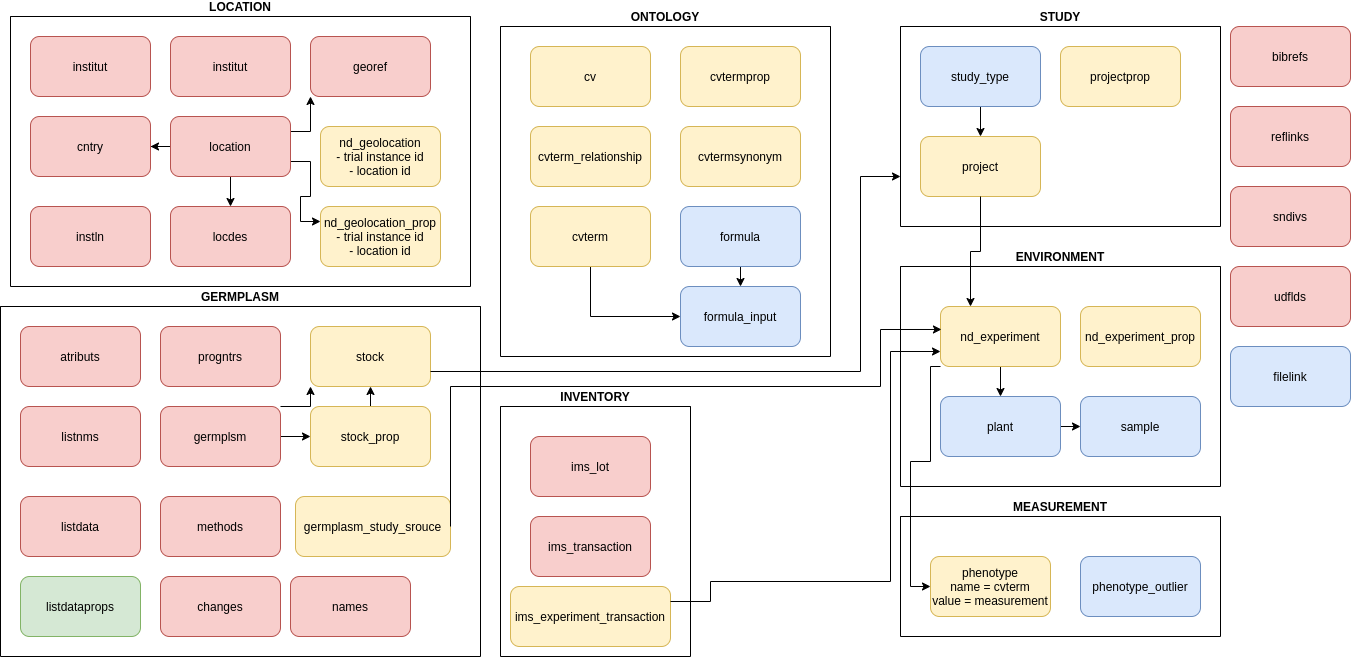
Before: images/bms_schema.png, a diagram exported from draw.io (IntegratedBreedingPlatform/Documentation). Source tidied: cells renumbered, new cells last; positions are measured from the earlier drawing's top-left corner, leaving out a move shared by most shapes.
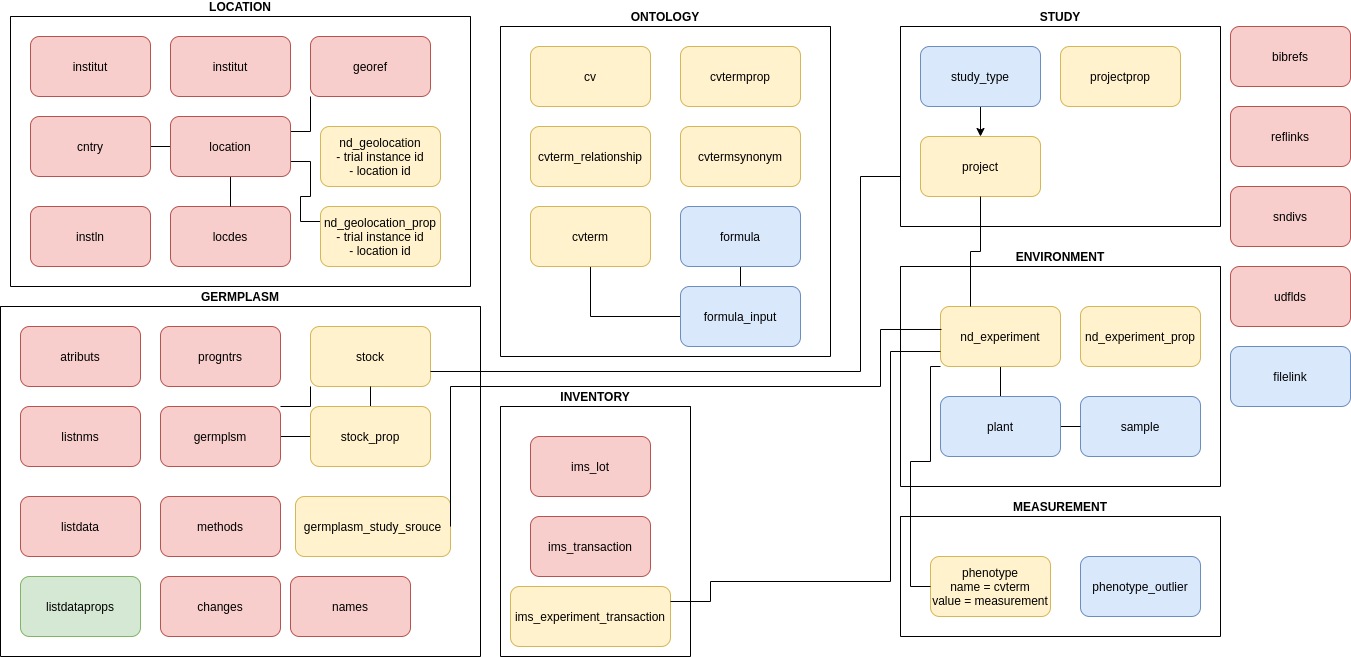
Later version of the same file.

Commit message:
IBP-4926: Update overview schema diagram (fix arrows)

Change to the diagram source:
```diff
@@ -14,16 +14,16 @@
     <mxCell id="5" value="locdes" style="rounded=1;whiteSpace=wrap;html=1;fillColor=#f8cecc;strokeColor=#b85450;" parent="2" vertex="1">
       <mxGeometry x="160" y="190" width="120" height="60" as="geometry" />
     </mxCell>
-    <mxCell id="6" style="edgeStyle=orthogonalEdgeStyle;rounded=0;jettySize=auto;html=1;exitX=0;exitY=0.5;exitDx=0;exitDy=0;" parent="2" edge="1" source="10" target="12">
+    <mxCell id="6" style="edgeStyle=orthogonalEdgeStyle;rounded=0;jettySize=auto;html=1;exitX=0;exitY=0.5;exitDx=0;exitDy=0;endFill=0;endArrow=none;" parent="2" edge="1" source="10" target="12">
       <mxGeometry relative="1" as="geometry" />
     </mxCell>
-    <mxCell id="7" style="edgeStyle=orthogonalEdgeStyle;rounded=0;jettySize=auto;html=1;exitX=1;exitY=0.25;exitDx=0;exitDy=0;entryX=0;entryY=1;entryDx=0;entryDy=0;" parent="2" edge="1" source="10" target="13">
+    <mxCell id="7" style="edgeStyle=orthogonalEdgeStyle;rounded=0;jettySize=auto;html=1;exitX=1;exitY=0.25;exitDx=0;exitDy=0;entryX=0;entryY=1;entryDx=0;entryDy=0;endFill=0;endArrow=none;" parent="2" edge="1" source="10" target="13">
       <mxGeometry relative="1" as="geometry" />
     </mxCell>
-    <mxCell id="8" style="edgeStyle=orthogonalEdgeStyle;rounded=0;jettySize=auto;html=1;exitX=0.5;exitY=1;exitDx=0;exitDy=0;entryX=0.5;entryY=0;entryDx=0;entryDy=0;" parent="2" edge="1" source="10" target="5">
+    <mxCell id="8" style="edgeStyle=orthogonalEdgeStyle;rounded=0;jettySize=auto;html=1;exitX=0.5;exitY=1;exitDx=0;exitDy=0;entryX=0.5;entryY=0;entryDx=0;entryDy=0;endFill=0;endArrow=none;" parent="2" edge="1" source="10" target="5">
       <mxGeometry relative="1" as="geometry" />
     </mxCell>
-    <mxCell id="9" style="edgeStyle=orthogonalEdgeStyle;rounded=0;jettySize=auto;html=1;exitX=1;exitY=0.75;exitDx=0;exitDy=0;entryX=0;entryY=0.25;entryDx=0;entryDy=0;" parent="2" edge="1" source="10" target="15">
+    <mxCell id="9" style="edgeStyle=orthogonalEdgeStyle;rounded=0;jettySize=auto;html=1;exitX=1;exitY=0.75;exitDx=0;exitDy=0;entryX=0;entryY=0.25;entryDx=0;entryDy=0;endFill=0;endArrow=none;" parent="2" edge="1" source="10" target="15">
       <mxGeometry relative="1" as="geometry" />
     </mxCell>
     <mxCell id="10" value="location" style="rounded=1;whiteSpace=wrap;html=1;fillColor=#f8cecc;strokeColor=#b85450;" parent="2" vertex="1">
@@ -56,10 +56,10 @@
     <mxCell id="19" value="methods" style="rounded=1;whiteSpace=wrap;html=1;fillColor=#f8cecc;strokeColor=#b85450;" parent="16" vertex="1">
       <mxGeometry x="160" y="190" width="120" height="60" as="geometry" />
     </mxCell>
-    <mxCell id="20" style="edgeStyle=orthogonalEdgeStyle;rounded=0;jettySize=auto;html=1;exitX=1;exitY=0;exitDx=0;exitDy=0;entryX=0;entryY=1;entryDx=0;entryDy=0;" parent="16" edge="1" source="22" target="27">
+    <mxCell id="20" style="edgeStyle=orthogonalEdgeStyle;rounded=0;jettySize=auto;html=1;exitX=1;exitY=0;exitDx=0;exitDy=0;entryX=0;entryY=1;entryDx=0;entryDy=0;endFill=0;endArrow=none;" parent="16" edge="1" source="22" target="27">
       <mxGeometry relative="1" as="geometry" />
     </mxCell>
-    <mxCell id="21" style="edgeStyle=orthogonalEdgeStyle;rounded=0;jettySize=auto;html=1;exitX=1;exitY=0.5;exitDx=0;exitDy=0;" parent="16" edge="1" source="22" target="29">
+    <mxCell id="21" style="edgeStyle=orthogonalEdgeStyle;rounded=0;jettySize=auto;html=1;exitX=1;exitY=0.5;exitDx=0;exitDy=0;endFill=0;endArrow=none;" parent="16" edge="1" source="22" target="29">
       <mxGeometry relative="1" as="geometry" />
     </mxCell>
     <mxCell id="22" value="germplsm" style="rounded=1;whiteSpace=wrap;html=1;fillColor=#f8cecc;strokeColor=#b85450;" parent="16" vertex="1">
@@ -80,7 +80,7 @@
     <mxCell id="27" value="stock" style="rounded=1;whiteSpace=wrap;html=1;verticalAlign=middle;fillColor=#fff2cc;strokeColor=#d6b656;" parent="16" vertex="1">
       <mxGeometry x="310" y="20" width="120" height="60" as="geometry" />
     </mxCell>
-    <mxCell id="28" style="edgeStyle=orthogonalEdgeStyle;rounded=0;jettySize=auto;html=1;exitX=0.5;exitY=0;exitDx=0;exitDy=0;entryX=0.5;entryY=1;entryDx=0;entryDy=0;" parent="16" edge="1" source="29" target="27">
+    <mxCell id="28" style="edgeStyle=orthogonalEdgeStyle;rounded=0;jettySize=auto;html=1;exitX=0.5;exitY=0;exitDx=0;exitDy=0;entryX=0.5;entryY=1;entryDx=0;entryDy=0;endFill=0;endArrow=none;" parent="16" edge="1" source="29" target="27">
       <mxGeometry relative="1" as="geometry" />
     </mxCell>
     <mxCell id="29" value="stock_prop" style="rounded=1;whiteSpace=wrap;html=1;verticalAlign=middle;fillColor=#fff2cc;strokeColor=#d6b656;" parent="16" vertex="1">
@@ -119,13 +119,13 @@
     <mxCell id="40" value="cvtermsynonym" style="rounded=1;whiteSpace=wrap;html=1;verticalAlign=middle;fillColor=#fff2cc;strokeColor=#d6b656;" parent="36" vertex="1">
       <mxGeometry x="180" y="100" width="120" height="60" as="geometry" />
     </mxCell>
-    <mxCell id="41" style="edgeStyle=orthogonalEdgeStyle;rounded=0;jettySize=auto;html=1;exitX=0.5;exitY=1;exitDx=0;exitDy=0;entryX=0;entryY=0.5;entryDx=0;entryDy=0;" parent="36" edge="1" source="42" target="45">
+    <mxCell id="41" style="edgeStyle=orthogonalEdgeStyle;rounded=0;jettySize=auto;html=1;exitX=0.5;exitY=1;exitDx=0;exitDy=0;entryX=0;entryY=0.5;entryDx=0;entryDy=0;endFill=0;endArrow=none;" parent="36" edge="1" source="42" target="45">
       <mxGeometry relative="1" as="geometry" />
     </mxCell>
     <mxCell id="42" value="cvterm" style="rounded=1;whiteSpace=wrap;html=1;verticalAlign=middle;fillColor=#fff2cc;strokeColor=#d6b656;" parent="36" vertex="1">
       <mxGeometry x="30" y="180" width="120" height="60" as="geometry" />
     </mxCell>
-    <mxCell id="43" style="edgeStyle=orthogonalEdgeStyle;rounded=0;jettySize=auto;html=1;exitX=0.5;exitY=1;exitDx=0;exitDy=0;entryX=0.5;entryY=0;entryDx=0;entryDy=0;" parent="36" edge="1" source="44" target="45">
+    <mxCell id="43" style="edgeStyle=orthogonalEdgeStyle;rounded=0;jettySize=auto;html=1;exitX=0.5;exitY=1;exitDx=0;exitDy=0;entryX=0.5;entryY=0;entryDx=0;entryDy=0;endFill=0;endArrow=none;" parent="36" edge="1" source="44" target="45">
       <mxGeometry relative="1" as="geometry" />
     </mxCell>
     <mxCell id="44" value="formula" style="rounded=1;whiteSpace=wrap;html=1;verticalAlign=middle;fillColor=#dae8fc;strokeColor=#6c8ebf;" parent="36" vertex="1">
@@ -155,7 +155,7 @@
     <mxCell id="52" value="nd_experiment_prop" style="rounded=1;whiteSpace=wrap;html=1;verticalAlign=middle;fillColor=#fff2cc;strokeColor=#d6b656;" parent="51" vertex="1">
       <mxGeometry x="180" y="40" width="120" height="60" as="geometry" />
     </mxCell>
-    <mxCell id="53" style="edgeStyle=orthogonalEdgeStyle;rounded=0;jettySize=auto;html=1;exitX=0.5;exitY=1;exitDx=0;exitDy=0;entryX=0.5;entryY=0;entryDx=0;entryDy=0;" parent="51" edge="1" source="54" target="57">
+    <mxCell id="53" style="edgeStyle=orthogonalEdgeStyle;rounded=0;jettySize=auto;html=1;exitX=0.5;exitY=1;exitDx=0;exitDy=0;entryX=0.5;entryY=0;entryDx=0;entryDy=0;endFill=0;endArrow=none;" parent="51" edge="1" source="54" target="57">
       <mxGeometry relative="1" as="geometry" />
     </mxCell>
     <mxCell id="54" value="nd_experiment" style="rounded=1;whiteSpace=wrap;html=1;verticalAlign=middle;fillColor=#fff2cc;strokeColor=#d6b656;" parent="51" vertex="1">
@@ -164,7 +164,7 @@
     <mxCell id="55" value="sample" style="rounded=1;whiteSpace=wrap;html=1;verticalAlign=middle;fillColor=#dae8fc;strokeColor=#6c8ebf;" parent="51" vertex="1">
       <mxGeometry x="180" y="130" width="120" height="60" as="geometry" />
     </mxCell>
-    <mxCell id="56" style="edgeStyle=orthogonalEdgeStyle;rounded=0;jettySize=auto;html=1;exitX=1;exitY=0.5;exitDx=0;exitDy=0;entryX=0;entryY=0.5;entryDx=0;entryDy=0;" parent="51" edge="1" source="57" target="55">
+    <mxCell id="56" style="edgeStyle=orthogonalEdgeStyle;rounded=0;jettySize=auto;html=1;exitX=1;exitY=0.5;exitDx=0;exitDy=0;entryX=0;entryY=0.5;entryDx=0;entryDy=0;endFill=0;endArrow=none;" parent="51" edge="1" source="57" target="55">
       <mxGeometry relative="1" as="geometry" />
     </mxCell>
     <mxCell id="57" value="plant" style="rounded=1;whiteSpace=wrap;html=1;verticalAlign=middle;fillColor=#dae8fc;strokeColor=#6c8ebf;" parent="51" vertex="1">
@@ -194,10 +194,10 @@
     <mxCell id="65" value="filelink" style="rounded=1;whiteSpace=wrap;html=1;verticalAlign=middle;fillColor=#dae8fc;strokeColor=#6c8ebf;" parent="1" vertex="1">
       <mxGeometry x="1230" y="330" width="120" height="60" as="geometry" />
     </mxCell>
-    <mxCell id="66" style="edgeStyle=orthogonalEdgeStyle;rounded=0;jettySize=auto;html=1;exitX=0.5;exitY=1;exitDx=0;exitDy=0;entryX=0.25;entryY=0;entryDx=0;entryDy=0;" parent="1" edge="1" source="48" target="54">
+    <mxCell id="66" style="edgeStyle=orthogonalEdgeStyle;rounded=0;jettySize=auto;html=1;exitX=0.5;exitY=1;exitDx=0;exitDy=0;entryX=0.25;entryY=0;entryDx=0;entryDy=0;endFill=0;endArrow=none;" parent="1" edge="1" source="48" target="54">
       <mxGeometry relative="1" as="geometry" />
     </mxCell>
-    <mxCell id="67" style="edgeStyle=orthogonalEdgeStyle;rounded=0;jettySize=auto;html=1;exitX=1;exitY=0.25;exitDx=0;exitDy=0;entryX=0;entryY=0.75;entryDx=0;entryDy=0;" parent="1" edge="1" source="35" target="54">
+    <mxCell id="67" style="edgeStyle=orthogonalEdgeStyle;rounded=0;jettySize=auto;html=1;exitX=1;exitY=0.25;exitDx=0;exitDy=0;entryX=0;entryY=0.75;entryDx=0;entryDy=0;jumpStyle=none;endArrow=none;endFill=0;" parent="1" edge="1" source="35" target="54">
       <mxGeometry relative="1" as="geometry">
         <Array as="points">
           <mxPoint x="710" y="585" />
@@ -207,7 +207,7 @@
         </Array>
       </mxGeometry>
     </mxCell>
-    <mxCell id="68" style="edgeStyle=orthogonalEdgeStyle;rounded=0;jettySize=auto;html=1;exitX=0;exitY=1;exitDx=0;exitDy=0;entryX=0;entryY=0.5;entryDx=0;entryDy=0;" parent="1" edge="1" source="54" target="59">
+    <mxCell id="68" style="edgeStyle=orthogonalEdgeStyle;rounded=0;jettySize=auto;html=1;exitX=0;exitY=1;exitDx=0;exitDy=0;entryX=0;entryY=0.5;entryDx=0;entryDy=0;endFill=0;endArrow=none;" parent="1" edge="1" source="54" target="59">
       <mxGeometry relative="1" as="geometry">
         <Array as="points">
           <mxPoint x="930" y="350" />
@@ -217,7 +217,7 @@
         </Array>
       </mxGeometry>
     </mxCell>
-    <mxCell id="69" style="edgeStyle=orthogonalEdgeStyle;rounded=0;jettySize=auto;html=1;exitX=1;exitY=0.5;exitDx=0;exitDy=0;entryX=0.008;entryY=0.383;entryDx=0;entryDy=0;entryPerimeter=0;" parent="1" edge="1" source="30" target="54">
+    <mxCell id="69" style="edgeStyle=orthogonalEdgeStyle;rounded=0;jettySize=auto;html=1;exitX=1;exitY=0.5;exitDx=0;exitDy=0;entryX=0.008;entryY=0.383;entryDx=0;entryDy=0;entryPerimeter=0;endFill=0;endArrow=none;" parent="1" edge="1" source="30" target="54">
       <mxGeometry relative="1" as="geometry">
         <Array as="points">
           <mxPoint x="450" y="370" />
@@ -226,7 +226,7 @@
         </Array>
       </mxGeometry>
     </mxCell>
-    <mxCell id="70" style="edgeStyle=orthogonalEdgeStyle;rounded=0;jettySize=auto;html=1;exitX=1;exitY=0.75;exitDx=0;exitDy=0;entryX=0;entryY=0.75;entryDx=0;entryDy=0;" parent="1" edge="1" source="27" target="46">
+    <mxCell id="70" style="edgeStyle=orthogonalEdgeStyle;rounded=0;jettySize=auto;html=1;exitX=1;exitY=0.75;exitDx=0;exitDy=0;entryX=0;entryY=0.75;entryDx=0;entryDy=0;endFill=0;endArrow=none;" parent="1" edge="1" source="27" target="46">
       <mxGeometry relative="1" as="geometry">
         <Array as="points">
           <mxPoint x="860" y="355" />
```
